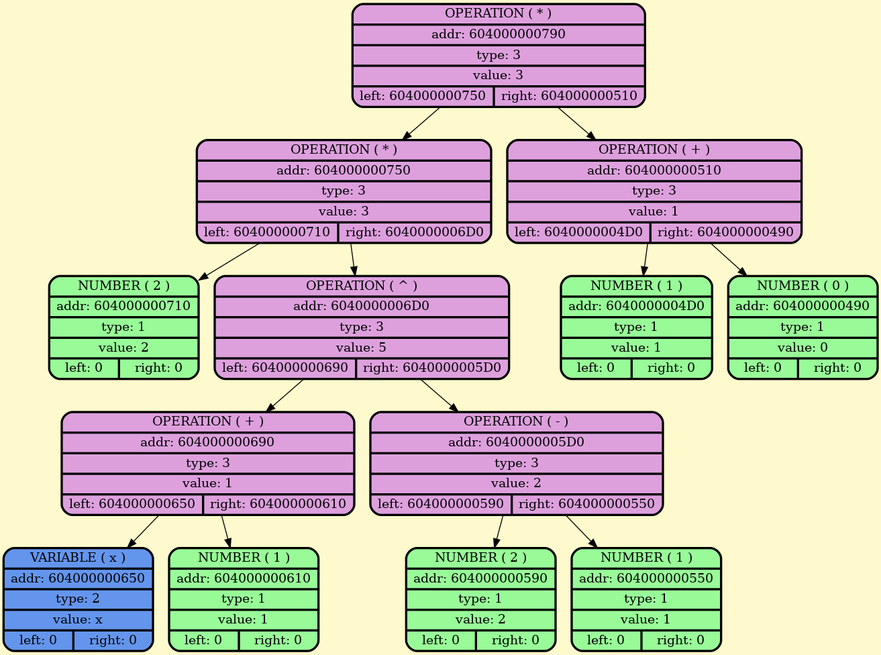
Above: dumpGraph/deriv.png in BulgakovDmitry/differentiator (Graphviz), before the change. Its source is kept beside it as dumpGraph/deriv.gv. The source it was exported from:
```dot
digraph G {
    node [style=filled, fontcolor=darkblue, fillcolor=peachpuff, color="#252A34", penwidth=2.5];
    bgcolor="lemonchiffon";

node_0x604000000790 [shape=Mrecord; style = filled; fillcolor=plum; color = "#000000"; fontcolor = "#000000";label=" {OPERATION ( * ) | addr: 604000000790 | type: 3 | value: 3 | {left: 604000000750 | right: 604000000510}} "];
node_0x604000000750 [shape=Mrecord; style = filled; fillcolor=plum; color = "#000000"; fontcolor = "#000000";label=" {OPERATION ( * ) | addr: 604000000750 | type: 3 | value: 3 | {left: 604000000710 | right: 6040000006D0}} "];
    node_0x604000000710 [shape=Mrecord; style = filled; fillcolor = palegreen; color = "#000000"; fontcolor = "#000000";  label="  {NUMBER ( 2 )| addr: 604000000710 | type: 1| value: 2 | {left: 0 | right: 0}} "];
node_0x6040000006d0 [shape=Mrecord; style = filled; fillcolor=plum; color = "#000000"; fontcolor = "#000000";label=" {OPERATION ( ^ ) | addr: 6040000006D0 | type: 3 | value: 5 | {left: 604000000690 | right: 6040000005D0}} "];
node_0x604000000690 [shape=Mrecord; style = filled; fillcolor=plum; color = "#000000"; fontcolor = "#000000";label=" {OPERATION ( + ) | addr: 604000000690 | type: 3 | value: 1 | {left: 604000000650 | right: 604000000610}} "];
    node_0x604000000650 [shape=Mrecord; style = filled; fillcolor = cornflowerblue; color = "#000000"; fontcolor = "#000000";  label="  {VARIABLE ( x )| addr: 604000000650 | type: 2| value: x | {left: 0 | right: 0}} "];
    node_0x604000000610 [shape=Mrecord; style = filled; fillcolor = palegreen; color = "#000000"; fontcolor = "#000000";  label="  {NUMBER ( 1 )| addr: 604000000610 | type: 1| value: 1 | {left: 0 | right: 0}} "];
node_0x6040000005d0 [shape=Mrecord; style = filled; fillcolor=plum; color = "#000000"; fontcolor = "#000000";label=" {OPERATION ( - ) | addr: 6040000005D0 | type: 3 | value: 2 | {left: 604000000590 | right: 604000000550}} "];
    node_0x604000000590 [shape=Mrecord; style = filled; fillcolor = palegreen; color = "#000000"; fontcolor = "#000000";  label="  {NUMBER ( 2 )| addr: 604000000590 | type: 1| value: 2 | {left: 0 | right: 0}} "];
    node_0x604000000550 [shape=Mrecord; style = filled; fillcolor = palegreen; color = "#000000"; fontcolor = "#000000";  label="  {NUMBER ( 1 )| addr: 604000000550 | type: 1| value: 1 | {left: 0 | right: 0}} "];
node_0x604000000510 [shape=Mrecord; style = filled; fillcolor=plum; color = "#000000"; fontcolor = "#000000";label=" {OPERATION ( + ) | addr: 604000000510 | type: 3 | value: 1 | {left: 6040000004D0 | right: 604000000490}} "];
    node_0x6040000004d0 [shape=Mrecord; style = filled; fillcolor = palegreen; color = "#000000"; fontcolor = "#000000";  label="  {NUMBER ( 1 )| addr: 6040000004D0 | type: 1| value: 1 | {left: 0 | right: 0}} "];
    node_0x604000000490 [shape=Mrecord; style = filled; fillcolor = palegreen; color = "#000000"; fontcolor = "#000000";  label="  {NUMBER ( 0 )| addr: 604000000490 | type: 1| value: 0 | {left: 0 | right: 0}} "];
    node_0x604000000790 -> node_0x604000000750;
    node_0x604000000750 -> node_0x604000000710;
    node_0x604000000750 -> node_0x6040000006d0;
    node_0x6040000006d0 -> node_0x604000000690;
    node_0x604000000690 -> node_0x604000000650;
    node_0x604000000690 -> node_0x604000000610;
    node_0x6040000006d0 -> node_0x6040000005d0;
    node_0x6040000005d0 -> node_0x604000000590;
    node_0x6040000005d0 -> node_0x604000000550;
    node_0x604000000790 -> node_0x604000000510;
    node_0x604000000510 -> node_0x6040000004d0;
    node_0x604000000510 -> node_0x604000000490;
}
```
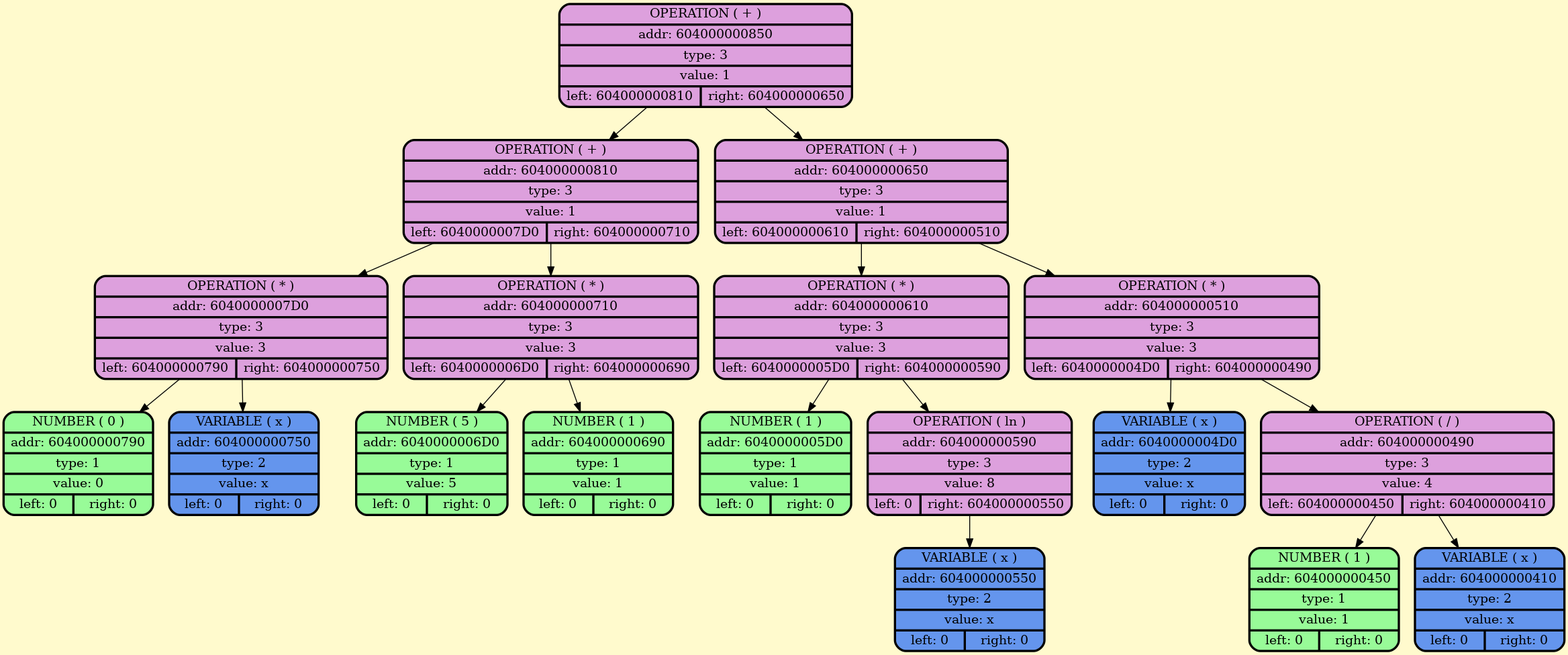
After the change.

What changed in the source:
```diff
@@ -2,29 +2,39 @@
     node [style=filled, fontcolor=darkblue, fillcolor=peachpuff, color="#252A34", penwidth=2.5];
     bgcolor="lemonchiffon";
 
-node_0x604000000790 [shape=Mrecord; style = filled; fillcolor=plum; color = "#000000"; fontcolor = "#000000";label=" {OPERATION ( * ) | addr: 604000000790 | type: 3 | value: 3 | {left: 604000000750 | right: 604000000510}} "];
-node_0x604000000750 [shape=Mrecord; style = filled; fillcolor=plum; color = "#000000"; fontcolor = "#000000";label=" {OPERATION ( * ) | addr: 604000000750 | type: 3 | value: 3 | {left: 604000000710 | right: 6040000006D0}} "];
-    node_0x604000000710 [shape=Mrecord; style = filled; fillcolor = palegreen; color = "#000000"; fontcolor = "#000000";  label="  {NUMBER ( 2 )| addr: 604000000710 | type: 1| value: 2 | {left: 0 | right: 0}} "];
-node_0x6040000006d0 [shape=Mrecord; style = filled; fillcolor=plum; color = "#000000"; fontcolor = "#000000";label=" {OPERATION ( ^ ) | addr: 6040000006D0 | type: 3 | value: 5 | {left: 604000000690 | right: 6040000005D0}} "];
-node_0x604000000690 [shape=Mrecord; style = filled; fillcolor=plum; color = "#000000"; fontcolor = "#000000";label=" {OPERATION ( + ) | addr: 604000000690 | type: 3 | value: 1 | {left: 604000000650 | right: 604000000610}} "];
-    node_0x604000000650 [shape=Mrecord; style = filled; fillcolor = cornflowerblue; color = "#000000"; fontcolor = "#000000";  label="  {VARIABLE ( x )| addr: 604000000650 | type: 2| value: x | {left: 0 | right: 0}} "];
-    node_0x604000000610 [shape=Mrecord; style = filled; fillcolor = palegreen; color = "#000000"; fontcolor = "#000000";  label="  {NUMBER ( 1 )| addr: 604000000610 | type: 1| value: 1 | {left: 0 | right: 0}} "];
-node_0x6040000005d0 [shape=Mrecord; style = filled; fillcolor=plum; color = "#000000"; fontcolor = "#000000";label=" {OPERATION ( - ) | addr: 6040000005D0 | type: 3 | value: 2 | {left: 604000000590 | right: 604000000550}} "];
-    node_0x604000000590 [shape=Mrecord; style = filled; fillcolor = palegreen; color = "#000000"; fontcolor = "#000000";  label="  {NUMBER ( 2 )| addr: 604000000590 | type: 1| value: 2 | {left: 0 | right: 0}} "];
-    node_0x604000000550 [shape=Mrecord; style = filled; fillcolor = palegreen; color = "#000000"; fontcolor = "#000000";  label="  {NUMBER ( 1 )| addr: 604000000550 | type: 1| value: 1 | {left: 0 | right: 0}} "];
-node_0x604000000510 [shape=Mrecord; style = filled; fillcolor=plum; color = "#000000"; fontcolor = "#000000";label=" {OPERATION ( + ) | addr: 604000000510 | type: 3 | value: 1 | {left: 6040000004D0 | right: 604000000490}} "];
-    node_0x6040000004d0 [shape=Mrecord; style = filled; fillcolor = palegreen; color = "#000000"; fontcolor = "#000000";  label="  {NUMBER ( 1 )| addr: 6040000004D0 | type: 1| value: 1 | {left: 0 | right: 0}} "];
-    node_0x604000000490 [shape=Mrecord; style = filled; fillcolor = palegreen; color = "#000000"; fontcolor = "#000000";  label="  {NUMBER ( 0 )| addr: 604000000490 | type: 1| value: 0 | {left: 0 | right: 0}} "];
-    node_0x604000000790 -> node_0x604000000750;
-    node_0x604000000750 -> node_0x604000000710;
-    node_0x604000000750 -> node_0x6040000006d0;
-    node_0x6040000006d0 -> node_0x604000000690;
-    node_0x604000000690 -> node_0x604000000650;
-    node_0x604000000690 -> node_0x604000000610;
-    node_0x6040000006d0 -> node_0x6040000005d0;
-    node_0x6040000005d0 -> node_0x604000000590;
-    node_0x6040000005d0 -> node_0x604000000550;
-    node_0x604000000790 -> node_0x604000000510;
+node_0x604000000850 [shape=Mrecord; style = filled; fillcolor=plum; color = "#000000"; fontcolor = "#000000";label=" {OPERATION ( + ) | addr: 604000000850 | type: 3 | value: 1 | {left: 604000000810 | right: 604000000650}} "];
+node_0x604000000810 [shape=Mrecord; style = filled; fillcolor=plum; color = "#000000"; fontcolor = "#000000";label=" {OPERATION ( + ) | addr: 604000000810 | type: 3 | value: 1 | {left: 6040000007D0 | right: 604000000710}} "];
+node_0x6040000007d0 [shape=Mrecord; style = filled; fillcolor=plum; color = "#000000"; fontcolor = "#000000";label=" {OPERATION ( * ) | addr: 6040000007D0 | type: 3 | value: 3 | {left: 604000000790 | right: 604000000750}} "];
+    node_0x604000000790 [shape=Mrecord; style = filled; fillcolor = palegreen; color = "#000000"; fontcolor = "#000000";  label="  {NUMBER ( 0 )| addr: 604000000790 | type: 1| value: 0 | {left: 0 | right: 0}} "];
+    node_0x604000000750 [shape=Mrecord; style = filled; fillcolor = cornflowerblue; color = "#000000"; fontcolor = "#000000";  label="  {VARIABLE ( x )| addr: 604000000750 | type: 2| value: x | {left: 0 | right: 0}} "];
+node_0x604000000710 [shape=Mrecord; style = filled; fillcolor=plum; color = "#000000"; fontcolor = "#000000";label=" {OPERATION ( * ) | addr: 604000000710 | type: 3 | value: 3 | {left: 6040000006D0 | right: 604000000690}} "];
+    node_0x6040000006d0 [shape=Mrecord; style = filled; fillcolor = palegreen; color = "#000000"; fontcolor = "#000000";  label="  {NUMBER ( 5 )| addr: 6040000006D0 | type: 1| value: 5 | {left: 0 | right: 0}} "];
+    node_0x604000000690 [shape=Mrecord; style = filled; fillcolor = palegreen; color = "#000000"; fontcolor = "#000000";  label="  {NUMBER ( 1 )| addr: 604000000690 | type: 1| value: 1 | {left: 0 | right: 0}} "];
+node_0x604000000650 [shape=Mrecord; style = filled; fillcolor=plum; color = "#000000"; fontcolor = "#000000";label=" {OPERATION ( + ) | addr: 604000000650 | type: 3 | value: 1 | {left: 604000000610 | right: 604000000510}} "];
+node_0x604000000610 [shape=Mrecord; style = filled; fillcolor=plum; color = "#000000"; fontcolor = "#000000";label=" {OPERATION ( * ) | addr: 604000000610 | type: 3 | value: 3 | {left: 6040000005D0 | right: 604000000590}} "];
+    node_0x6040000005d0 [shape=Mrecord; style = filled; fillcolor = palegreen; color = "#000000"; fontcolor = "#000000";  label="  {NUMBER ( 1 )| addr: 6040000005D0 | type: 1| value: 1 | {left: 0 | right: 0}} "];
+node_0x604000000590 [shape=Mrecord; style = filled; fillcolor=plum; color = "#000000"; fontcolor = "#000000";label=" {OPERATION ( ln ) | addr: 604000000590 | type: 3 | value: 8 | {left: 0 | right: 604000000550}} "];
+    node_0x604000000550 [shape=Mrecord; style = filled; fillcolor = cornflowerblue; color = "#000000"; fontcolor = "#000000";  label="  {VARIABLE ( x )| addr: 604000000550 | type: 2| value: x | {left: 0 | right: 0}} "];
+node_0x604000000510 [shape=Mrecord; style = filled; fillcolor=plum; color = "#000000"; fontcolor = "#000000";label=" {OPERATION ( * ) | addr: 604000000510 | type: 3 | value: 3 | {left: 6040000004D0 | right: 604000000490}} "];
+    node_0x6040000004d0 [shape=Mrecord; style = filled; fillcolor = cornflowerblue; color = "#000000"; fontcolor = "#000000";  label="  {VARIABLE ( x )| addr: 6040000004D0 | type: 2| value: x | {left: 0 | right: 0}} "];
+node_0x604000000490 [shape=Mrecord; style = filled; fillcolor=plum; color = "#000000"; fontcolor = "#000000";label=" {OPERATION ( / ) | addr: 604000000490 | type: 3 | value: 4 | {left: 604000000450 | right: 604000000410}} "];
+    node_0x604000000450 [shape=Mrecord; style = filled; fillcolor = palegreen; color = "#000000"; fontcolor = "#000000";  label="  {NUMBER ( 1 )| addr: 604000000450 | type: 1| value: 1 | {left: 0 | right: 0}} "];
+    node_0x604000000410 [shape=Mrecord; style = filled; fillcolor = cornflowerblue; color = "#000000"; fontcolor = "#000000";  label="  {VARIABLE ( x )| addr: 604000000410 | type: 2| value: x | {left: 0 | right: 0}} "];
+    node_0x604000000850 -> node_0x604000000810;
+    node_0x604000000810 -> node_0x6040000007d0;
+    node_0x6040000007d0 -> node_0x604000000790;
+    node_0x6040000007d0 -> node_0x604000000750;
+    node_0x604000000810 -> node_0x604000000710;
+    node_0x604000000710 -> node_0x6040000006d0;
+    node_0x604000000710 -> node_0x604000000690;
+    node_0x604000000850 -> node_0x604000000650;
+    node_0x604000000650 -> node_0x604000000610;
+    node_0x604000000610 -> node_0x6040000005d0;
+    node_0x604000000610 -> node_0x604000000590;
+    node_0x604000000590 -> node_0x604000000550;
+    node_0x604000000650 -> node_0x604000000510;
     node_0x604000000510 -> node_0x6040000004d0;
     node_0x604000000510 -> node_0x604000000490;
+    node_0x604000000490 -> node_0x604000000450;
+    node_0x604000000490 -> node_0x604000000410;
 }
```
